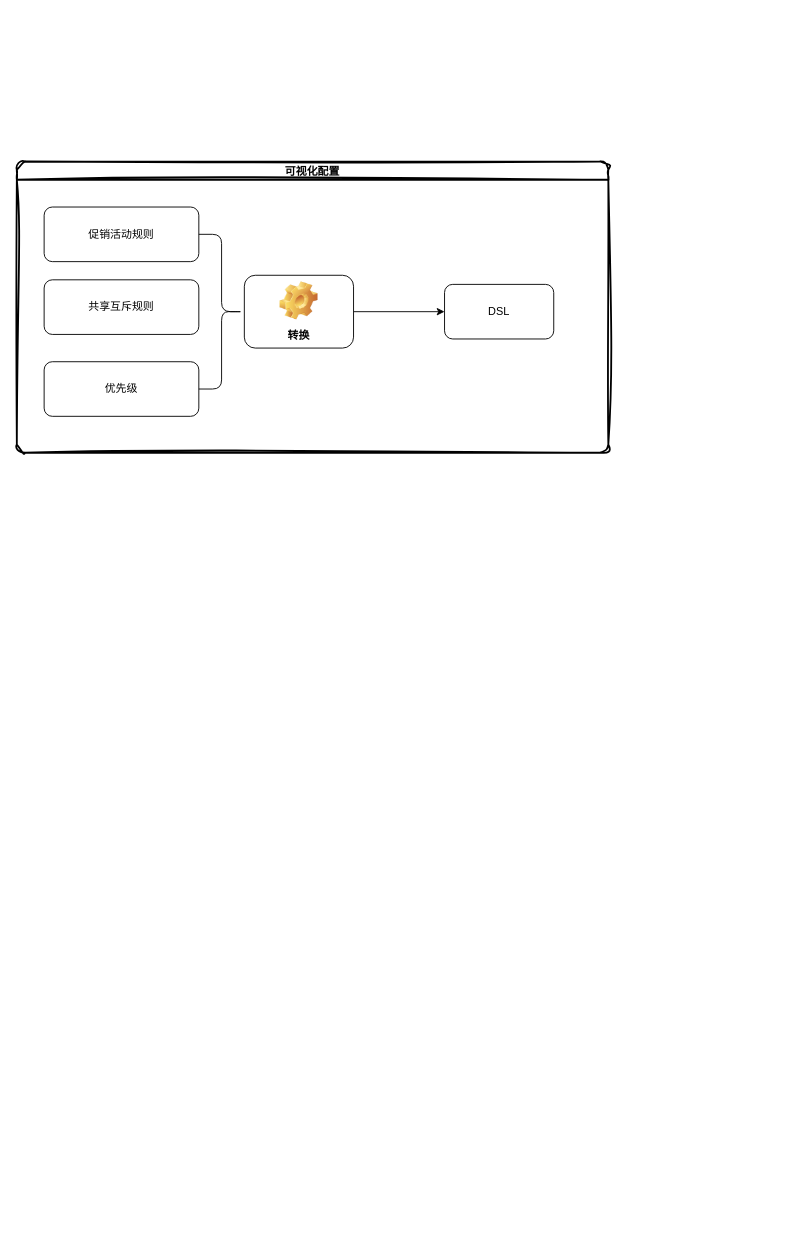
The draw.io diagram business/促销.drawio in bee06/note, before the edit. Source tidied: cells renumbered, new cells numbered last; positions are measured from the earlier drawing's top-left corner, leaving out a move shared by most shapes. Both pictures are drawn from the tidied source at 91%, with x=0, y=0 at pixel (16, 161).
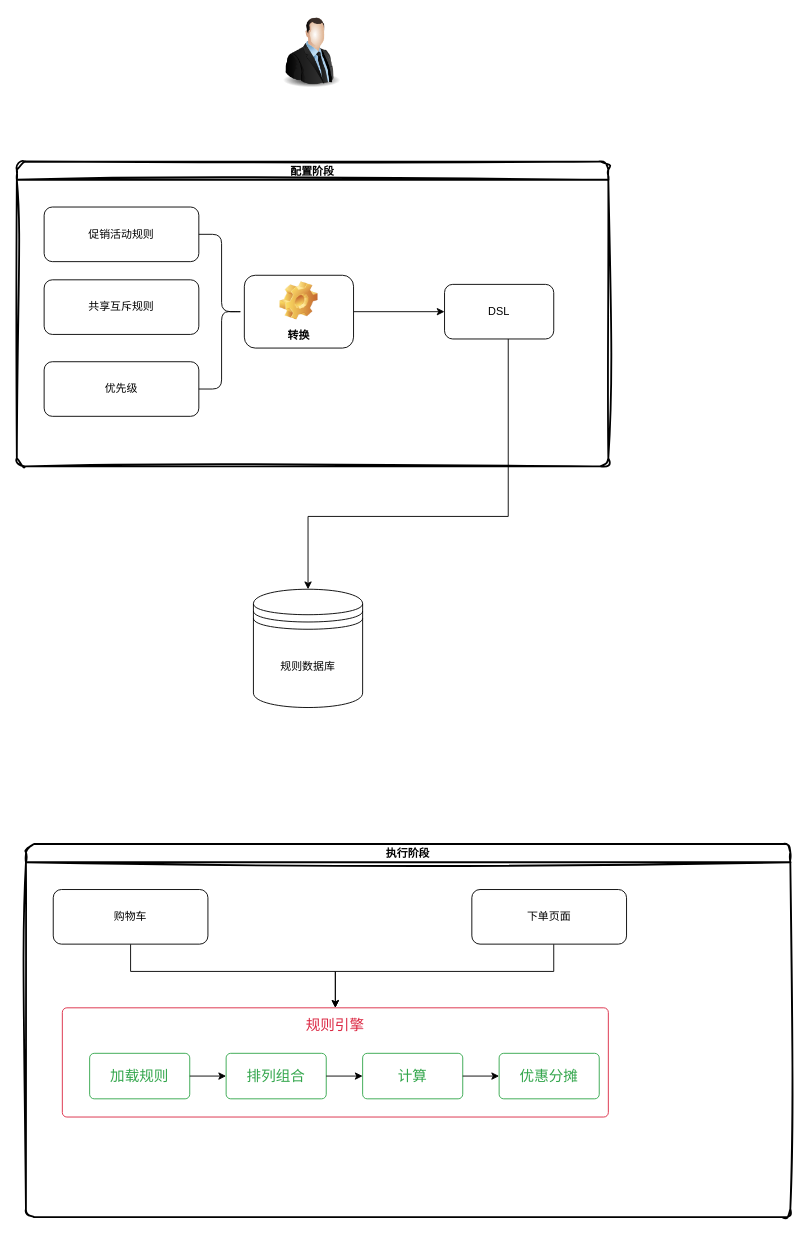
After the change.

Unchanged cells that the change refers to:
```xml
<mxCell id="9" value="DSL" style="rounded=1;whiteSpace=wrap;html=1;" parent="2" vertex="1">
  <mxGeometry x="470" y="135" width="120" height="60" as="geometry" />
</mxCell>
```

Change to the diagram source:
```diff
@@
-    <mxCell id="2" value="可视化配置" style="swimlane;startSize=20;horizontal=1;containerType=tree;rounded=1;glass=0;shadow=0;strokeWidth=2;sketch=1;curveFitting=1;jiggle=2;" parent="1" vertex="1">
-      <mxGeometry width="650" height="320" as="geometry" />
+    <mxCell id="2" value="配置阶段" style="swimlane;startSize=20;horizontal=1;containerType=tree;rounded=1;glass=0;shadow=0;strokeWidth=2;sketch=1;curveFitting=1;jiggle=2;" parent="1" vertex="1">
+      <mxGeometry width="650" height="335" as="geometry" />
     </mxCell>
@@
+    <mxCell id="10" value="规则数据库" style="shape=datastore;whiteSpace=wrap;html=1;" parent="1" vertex="1">
+      <mxGeometry x="260" y="470" width="120" height="130" as="geometry" />
+    </mxCell>
+    <mxCell id="11" style="edgeStyle=orthogonalEdgeStyle;rounded=0;jettySize=auto;html=1;entryX=0.5;entryY=0;entryDx=0;entryDy=0;" parent="1" edge="1" source="9" target="10">
+      <mxGeometry relative="1" as="geometry">
+        <Array as="points">
+          <mxPoint x="540" y="390" />
+          <mxPoint x="320" y="390" />
+        </Array>
+      </mxGeometry>
+    </mxCell>
+    <mxCell id="12" value="执行阶段" style="swimlane;startSize=20;horizontal=1;containerType=tree;rounded=1;glass=0;shadow=0;strokeWidth=2;sketch=1;curveFitting=1;jiggle=2;" parent="1" vertex="1">
+      <mxGeometry x="10" y="750" width="840" height="410" as="geometry" />
+    </mxCell>
+    <mxCell id="13" style="edgeStyle=orthogonalEdgeStyle;rounded=0;jettySize=auto;html=1;" parent="12" edge="1" source="14" target="17">
+      <mxGeometry relative="1" as="geometry">
+        <Array as="points">
+          <mxPoint x="115" y="140" />
+          <mxPoint x="340" y="140" />
+        </Array>
+      </mxGeometry>
+    </mxCell>
+    <mxCell id="14" value="购物车" style="rounded=1;whiteSpace=wrap;html=1;" parent="12" vertex="1">
+      <mxGeometry x="30" y="50" width="170" height="60" as="geometry" />
+    </mxCell>
+    <mxCell id="15" style="edgeStyle=orthogonalEdgeStyle;rounded=0;jettySize=auto;html=1;" parent="12" edge="1" source="16">
+      <mxGeometry relative="1" as="geometry">
+        <mxPoint x="340" y="180" as="targetPoint" />
+        <Array as="points">
+          <mxPoint x="580" y="140" />
+          <mxPoint x="340" y="140" />
+        </Array>
+      </mxGeometry>
+    </mxCell>
+    <mxCell id="16" value="下单页面" style="rounded=1;whiteSpace=wrap;html=1;" parent="12" vertex="1">
+      <mxGeometry x="490" y="50" width="170" height="60" as="geometry" />
+    </mxCell>
+    <mxCell id="17" value="规则引擎" style="html=1;shadow=0;dashed=0;shape=mxgraph.bootstrap.rrect;rSize=5;strokeColor=#DB2843;strokeWidth=1;fillColor=none;fontColor=#DB2843;whiteSpace=wrap;align=center;verticalAlign=top;spacingLeft=0;fontStyle=0;fontSize=16;spacing=5;" parent="12" vertex="1">
+      <mxGeometry x="40" y="180" width="600" height="120" as="geometry" />
+    </mxCell>
+    <mxCell id="18" value="加载规则" style="html=1;shadow=0;dashed=0;shape=mxgraph.bootstrap.rrect;rSize=5;strokeColor=#33A64C;strokeWidth=1;fillColor=none;fontColor=#33A64C;whiteSpace=wrap;align=center;verticalAlign=middle;spacingLeft=0;fontStyle=0;fontSize=16;spacing=5;" parent="12" vertex="1">
+      <mxGeometry x="70" y="230" width="110" height="50" as="geometry" />
+    </mxCell>
+    <mxCell id="19" style="edgeStyle=orthogonalEdgeStyle;rounded=0;jettySize=auto;html=1;" parent="12" edge="1" source="18" target="20">
+      <mxGeometry relative="1" as="geometry" />
+    </mxCell>
+    <mxCell id="20" value="排列组合" style="html=1;shadow=0;dashed=0;shape=mxgraph.bootstrap.rrect;rSize=5;strokeColor=#33A64C;strokeWidth=1;fillColor=none;fontColor=#33A64C;whiteSpace=wrap;align=center;verticalAlign=middle;spacingLeft=0;fontStyle=0;fontSize=16;spacing=5;" parent="12" vertex="1">
+      <mxGeometry x="220" y="230" width="110" height="50" as="geometry" />
+    </mxCell>
+    <mxCell id="21" style="edgeStyle=orthogonalEdgeStyle;rounded=0;jettySize=auto;html=1;" parent="12" edge="1" source="20" target="22">
+      <mxGeometry relative="1" as="geometry" />
+    </mxCell>
+    <mxCell id="22" value="计算" style="html=1;shadow=0;dashed=0;shape=mxgraph.bootstrap.rrect;rSize=5;strokeColor=#33A64C;strokeWidth=1;fillColor=none;fontColor=#33A64C;whiteSpace=wrap;align=center;verticalAlign=middle;spacingLeft=0;fontStyle=0;fontSize=16;spacing=5;" parent="12" vertex="1">
+      <mxGeometry x="370" y="230" width="110" height="50" as="geometry" />
+    </mxCell>
+    <mxCell id="23" style="edgeStyle=orthogonalEdgeStyle;rounded=0;jettySize=auto;html=1;" parent="12" edge="1" source="22" target="24">
+      <mxGeometry relative="1" as="geometry" />
+    </mxCell>
+    <mxCell id="24" value="优惠分摊" style="html=1;shadow=0;dashed=0;shape=mxgraph.bootstrap.rrect;rSize=5;strokeColor=#33A64C;strokeWidth=1;fillColor=none;fontColor=#33A64C;whiteSpace=wrap;align=center;verticalAlign=middle;spacingLeft=0;fontStyle=0;fontSize=16;spacing=5;" parent="12" vertex="1">
+      <mxGeometry x="520" y="230" width="110" height="50" as="geometry" />
+    </mxCell>
+    <mxCell id="25" style="image;html=1;image=img/lib/clip_art/people/Suit_Man_128x128.png;" parent="1" vertex="1">
+      <mxGeometry x="284" y="-160" width="80" height="80" as="geometry" />
+    </mxCell>
```
